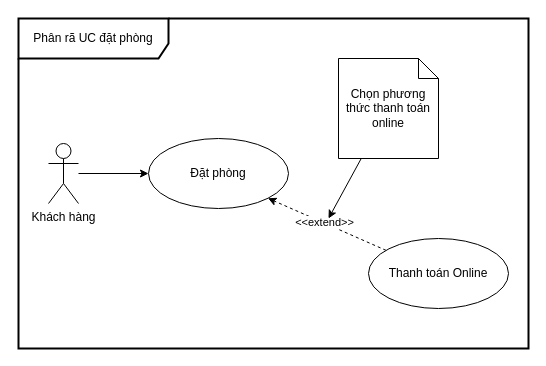
The draw.io diagram page "UC_DatPhong" (4 of 7) of usecase-diagrams.drawio in KMA-TTCS-Nhom32/documents, before the edit. Source tidied: cells renumbered, new cells numbered last; positions are measured from the earlier drawing's top-left corner, leaving out a move shared by most shapes. Both pictures are drawn from the tidied source at 100%, with x=0, y=0 at pixel (18, 18).
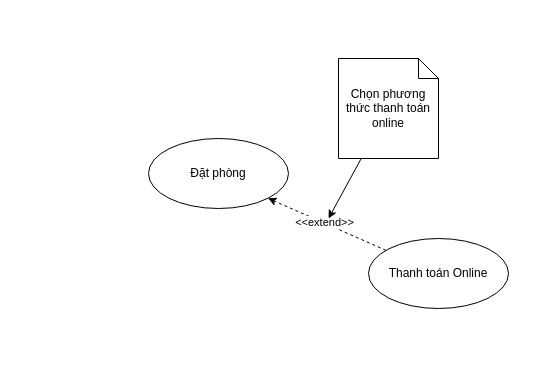
The same page after the edit.

The edit, as a diff of the source:
```diff
@@
 <mxGraphModel>
   <root>
     <mxCell id="0" />
     <mxCell id="1" parent="0" />
-    <mxCell id="2" style="rounded=0;jettySize=auto;html=1;entryX=0;entryY=0.5;entryDx=0;entryDy=0;" parent="1" edge="1" source="3" target="4">
-      <mxGeometry relative="1" as="geometry" />
-    </mxCell>
-    <mxCell id="3" value="Khách hàng" style="shape=umlActor;verticalLabelPosition=bottom;verticalAlign=top;html=1;" parent="1" vertex="1">
-      <mxGeometry x="30" y="125" width="30" height="60" as="geometry" />
-    </mxCell>
     <mxCell id="4" value="Đặt phòng" style="ellipse;whiteSpace=wrap;html=1;" parent="1" vertex="1">
       <mxGeometry x="130" y="120" width="140" height="70" as="geometry" />
     </mxCell>
     <mxCell id="5" style="rounded=0;jettySize=auto;html=1;entryX=1;entryY=1;entryDx=0;entryDy=0;dashed=1;" parent="1" edge="1" source="7" target="4">
       <mxGeometry relative="1" as="geometry" />
     </mxCell>
     <mxCell id="6" value="&amp;lt;&amp;lt;extend&amp;gt;&amp;gt;" style="edgeLabel;html=1;align=center;verticalAlign=middle;" parent="5" vertex="1">
       <mxGeometry x="0.06" y="-1" relative="1" as="geometry" />
     </mxCell>
     <mxCell id="7" value="Thanh toán Online" style="ellipse;whiteSpace=wrap;html=1;" parent="1" vertex="1">
       <mxGeometry x="350" y="220" width="140" height="70" as="geometry" />
     </mxCell>
-    <mxCell id="8" value="Phân rã UC đặt phòng" style="shape=umlFrame;whiteSpace=wrap;html=1;width=150;height=40;strokeWidth=2;" parent="1" vertex="1">
-      <mxGeometry width="510" height="330" as="geometry" />
-    </mxCell>
     <mxCell id="9" style="rounded=0;jettySize=auto;html=1;" parent="1" edge="1" source="10">
       <mxGeometry relative="1" as="geometry">
         <mxPoint x="310" y="200" as="targetPoint" />
       </mxGeometry>
     </mxCell>
     <mxCell id="10" value="Chọn phương thức thanh toán online" style="shape=note;size=20;whiteSpace=wrap;html=1;" parent="1" vertex="1">
       <mxGeometry x="320" y="40" width="100" height="100" as="geometry" />
     </mxCell>
   </root>
 </mxGraphModel>
```
